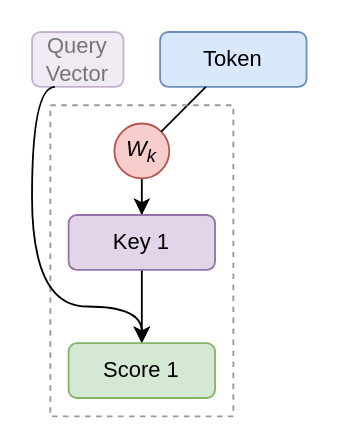
yshavit/llm-notes keeps this draw.io diagram as book/images/attention/llm-flow-self-attention-score.drawio. Above is the earlier version. Source tidied: cells renumbered, new cells numbered last; positions are measured from the earlier drawing's top-left corner, leaving out a move shared by most shapes. Both pictures are drawn from the tidied source at 183%, with x=0, y=0 at pixel (31, 31).
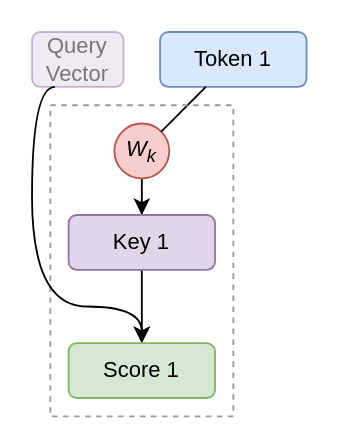
After the change.

Commit message (it also covers changes not shown here):
attention: value vectors and context vector

Change to the diagram source:
```diff
@@
 <mxGraphModel>
   <root>
     <mxCell id="0" />
     <mxCell id="1" parent="0" />
     <mxCell id="2" value="Query Vector" style="rounded=1;whiteSpace=wrap;html=1;fillColor=#e1d5e7;strokeColor=#9673a6;opacity=50;fontColor=#00000080;" parent="1" vertex="1">
       <mxGeometry width="50" height="30" as="geometry" />
     </mxCell>
     <mxCell id="3" style="edgeStyle=orthogonalEdgeStyle;rounded=0;jettySize=auto;html=1;" parent="1" edge="1" source="6" target="9">
       <mxGeometry relative="1" as="geometry" />
     </mxCell>
-    <mxCell id="4" value="Token" style="rounded=1;whiteSpace=wrap;html=1;fillColor=#dae8fc;strokeColor=#6c8ebf;" parent="1" vertex="1">
+    <mxCell id="4" value="Token 1" style="rounded=1;whiteSpace=wrap;html=1;fillColor=#dae8fc;strokeColor=#6c8ebf;" parent="1" vertex="1">
       <mxGeometry x="70" width="80" height="30" as="geometry" />
     </mxCell>
     <mxCell id="5" style="rounded=0;jettySize=auto;html=1;entryX=0.5;entryY=0;entryDx=0;entryDy=0;exitX=0.5;exitY=1;exitDx=0;exitDy=0;" parent="1" edge="1" source="9" target="11">
       <mxGeometry relative="1" as="geometry" />
     </mxCell>
     <mxCell id="6" value="W&lt;sub&gt;k&lt;/sub&gt;" style="ellipse;whiteSpace=wrap;html=1;fontStyle=2;fillColor=#f8cecc;strokeColor=#b85450;" parent="1" vertex="1">
       <mxGeometry x="45" y="50" width="30" height="30" as="geometry" />
     </mxCell>
     <mxCell id="7" style="endArrow=none;html=1;rounded=0;" parent="1" edge="1" source="6" target="4">
       <mxGeometry relative="1" as="geometry" />
     </mxCell>
     <mxCell id="8" style="rounded=0;whiteSpace=wrap;html=1;fillColor=none;strokeColor=#999999;dashed=1;align=right;verticalAlign=top;fontStyle=1;" parent="1" vertex="1">
       <mxGeometry x="10" y="40" width="100" height="170" as="geometry" />
     </mxCell>
     <mxCell id="9" value="&lt;span&gt;Key 1&lt;/span&gt;" style="rounded=1;whiteSpace=wrap;html=1;fillColor=#e1d5e7;strokeColor=#9673a6;fontStyle=0;" parent="1" vertex="1">
       <mxGeometry x="20" y="100" width="80" height="30" as="geometry" />
     </mxCell>
     <mxCell id="10" style="rounded=0;jettySize=auto;html=1;edgeStyle=orthogonalEdgeStyle;flowAnimation=0;curved=1;entryX=0.5;entryY=0;entryDx=0;entryDy=0;exitX=0.25;exitY=1;exitDx=0;exitDy=0;" parent="1" edge="1" source="2" target="11">
       <mxGeometry relative="1" as="geometry">
         <Array as="points">
           <mxPoint y="30" />
           <mxPoint y="150" />
           <mxPoint x="60" y="150" />
         </Array>
       </mxGeometry>
     </mxCell>
     <mxCell id="11" value="Score 1" style="rounded=1;whiteSpace=wrap;html=1;fillColor=#d5e8d4;strokeColor=#82b366;" parent="1" vertex="1">
       <mxGeometry x="20" y="170" width="80" height="30" as="geometry" />
     </mxCell>
   </root>
 </mxGraphModel>
```
